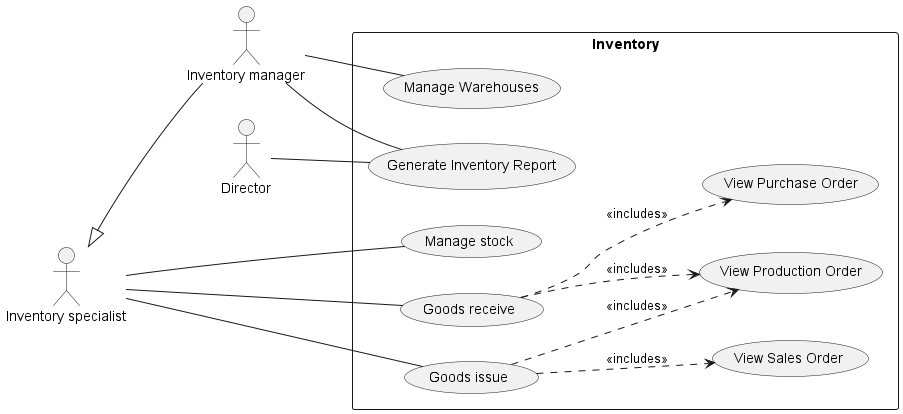
Before: Lab1/Lab1.2/use-cases/Inventory.png, a diagram exported from PlantUML (phihungha/SE357-Practice-class).
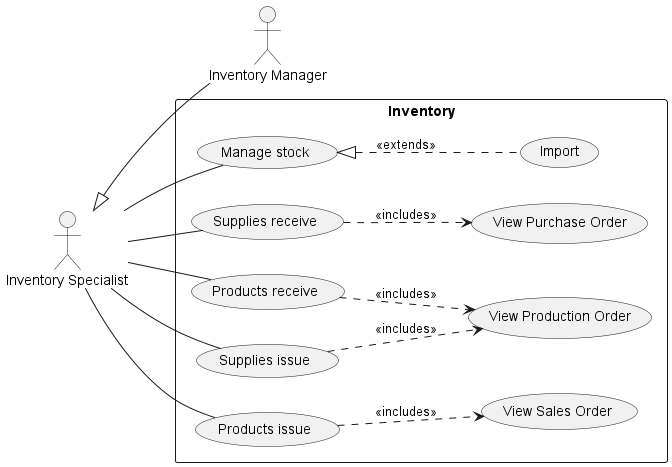
The same diagram one commit later.

What changed in the source:
```diff
@@ -1,25 +1,22 @@
 @startuml inventory
 left to right direction
 
-:Director: as d
-
-:Inventory manager: as im
-:Inventory specialist: as is
+:Inventory Manager: as im
+:Inventory Specialist: as is
 is <|-- im
 
 rectangle Inventory {
     is -- (Manage stock)
+    (Manage stock) <|.. (Import) : <<extends>>
 
-    is -- (Goods receive)
-    (Goods receive) ..> (View Purchase Order) : <<includes>>
-    (Goods receive) ..> (View Production Order) : <<includes>>
+    is -- (Supplies receive)
+    (Supplies receive) ..> (View Purchase Order) : <<includes>>
+    is -- (Products receive)
+    (Products receive) ..> (View Production Order) : <<includes>>
 
-    is -- (Goods issue)
-    (Goods issue) ..> (View Sales Order) : <<includes>>
-    (Goods issue) ..> (View Production Order) : <<includes>>
-
-    im -- (Manage Warehouses)
-    im -- (Generate Inventory Report)
-    d -- (Generate Inventory Report)
+    is -- (Supplies issue)
+    (Supplies issue) ..> (View Production Order) : <<includes>>
+    is -- (Products issue)
+    (Products issue) ..> (View Sales Order) : <<includes>>
 }
 @enduml
```
